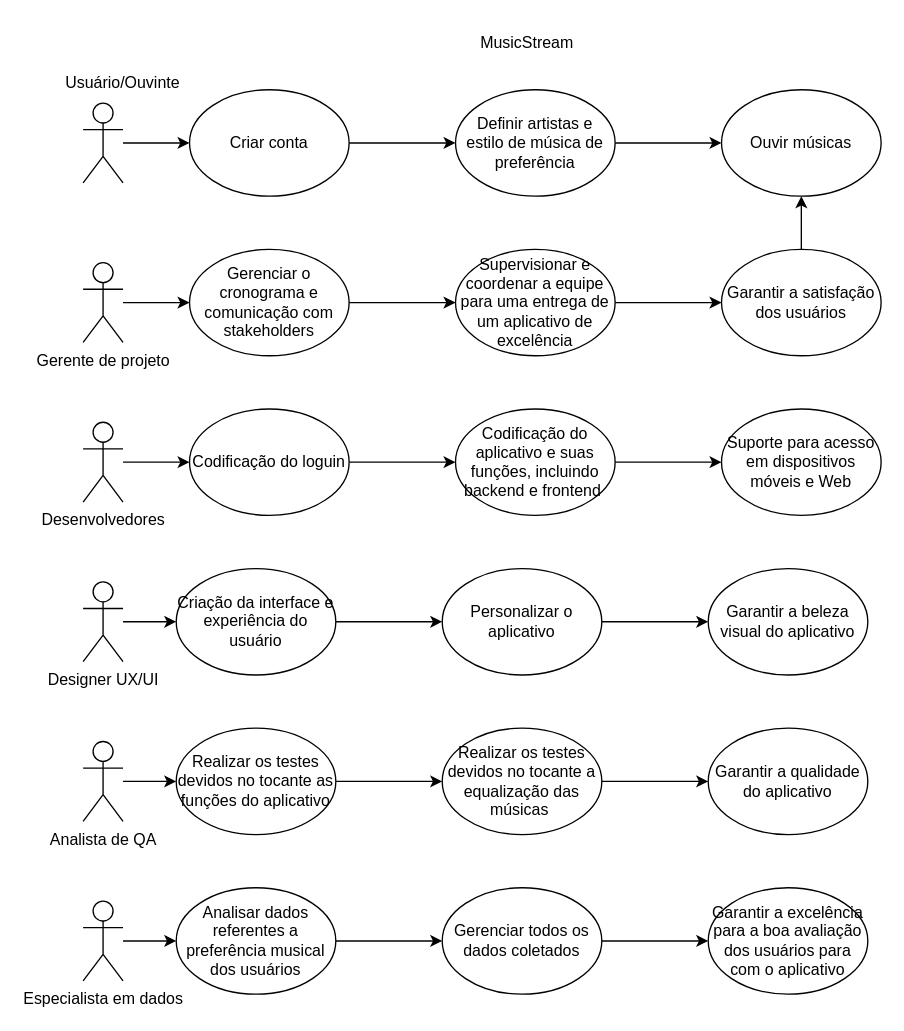
Before: Diagrama - Desafio PO.drawio in Wellysson-Nascimento/Desafio-PO, a draw.io diagram. Source tidied: cells renumbered, new cells numbered last; positions are measured from the earlier drawing's top-left corner, leaving out a move shared by most shapes. Both pictures are drawn from the tidied source at 133%, with x=0, y=0 at pixel (82, 23).
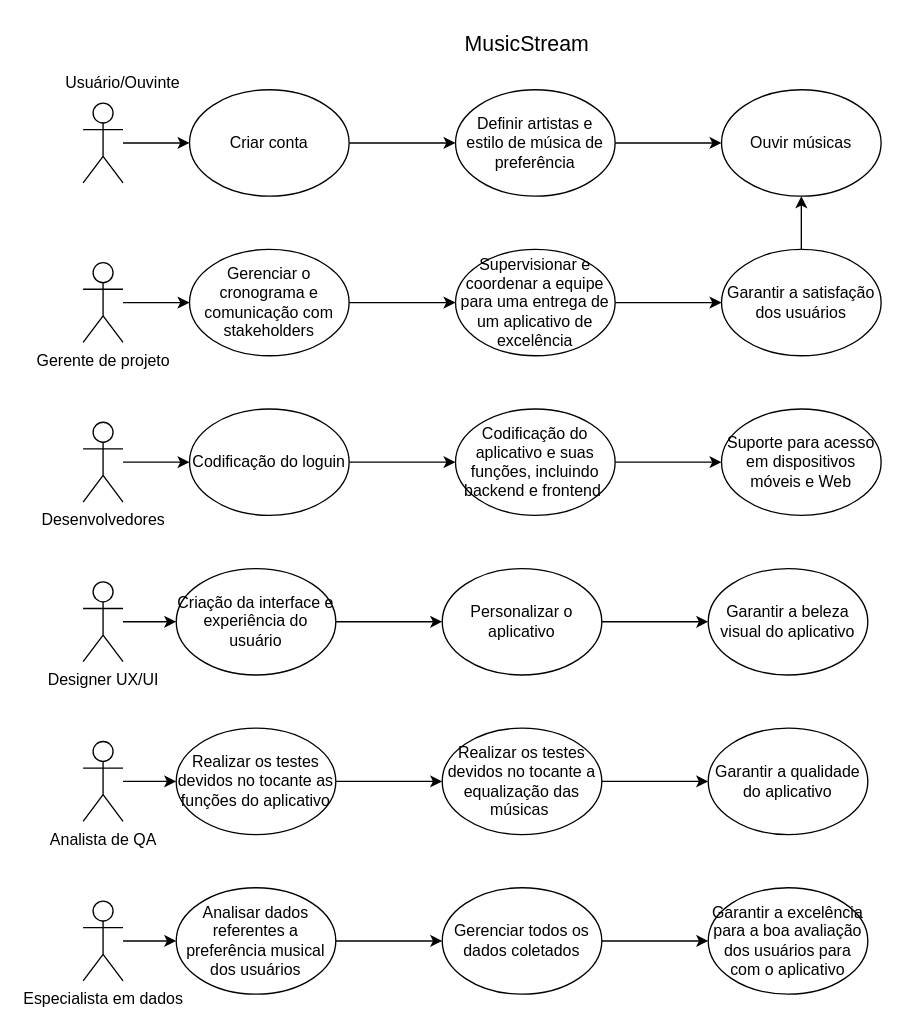
Above is the later version.

Change to the diagram source:
```diff
@@
-    <mxCell id="18" value="MusicStream" style="text;html=1;align=center;verticalAlign=middle;whiteSpace=wrap;rounded=0;" parent="1" vertex="1">
+    <mxCell id="18" value="&lt;span style=&quot;font-size: 16px;&quot;&gt;MusicStream&lt;/span&gt;" style="text;html=1;align=center;verticalAlign=middle;whiteSpace=wrap;rounded=0;" parent="1" vertex="1">
       <mxGeometry x="304" width="60" height="30" as="geometry" />
     </mxCell>
```
